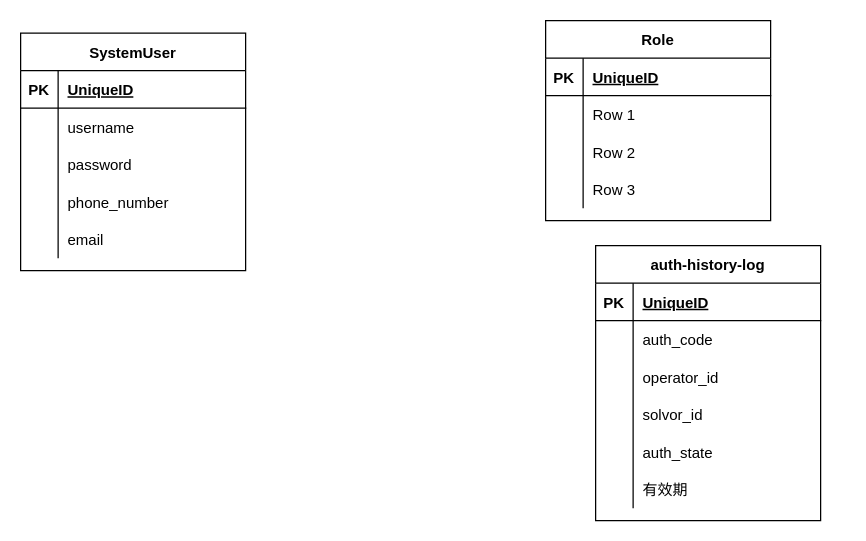
The draw.io diagram page "用户模块" (2 of 6) of pdd-e-r.drawio in gg2herry/drawio, before the edit. Source tidied: cells renumbered, new cells numbered last; positions are measured from the earlier drawing's top-left corner, leaving out a move shared by most shapes. Both pictures are drawn from the tidied source at 125%, with x=0, y=0 at pixel (20, 20).
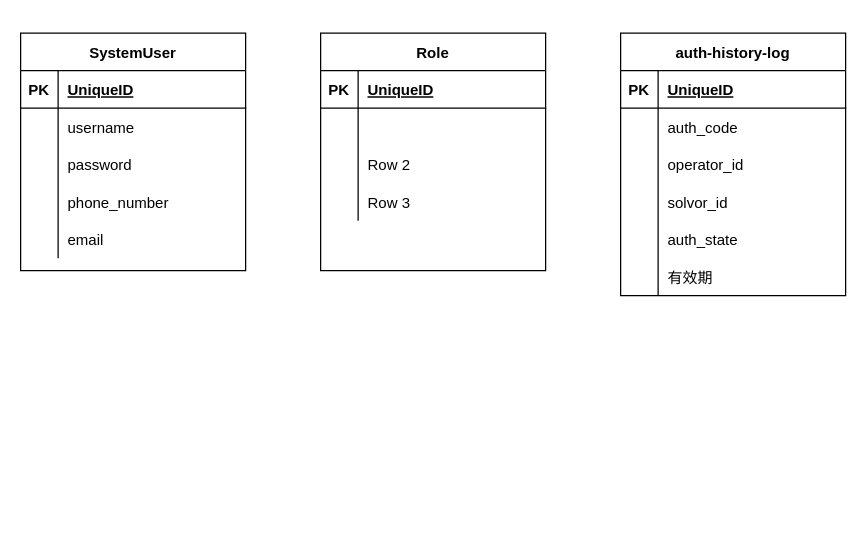
After the change.

The change refers to these unchanged cells:
```xml
<mxCell id="22" style="shape=partialRectangle;fillColor=none;top=0;left=0;bottom=0;right=0;" parent="18" vertex="1">
  <mxGeometry y="60" width="180" height="30" as="geometry" />
</mxCell>
```

The edit, as a diff of the source:
```diff
@@
     <mxCell id="18" value="Role" style="shape=table;startSize=30;childLayout=tableLayout;rowLines=0;fontStyle=1;align=center;" parent="1" vertex="1">
-      <mxGeometry x="420" width="180" height="160" as="geometry" />
+      <mxGeometry x="240" y="10" width="180" height="190" as="geometry" />
     </mxCell>
@@
-    <mxCell id="24" value="Row 1" style="shape=partialRectangle;fillColor=none;top=0;left=0;bottom=0;right=0;align=left;spacingLeft=6;overflow=hidden;" parent="22" vertex="1">
+    <mxCell id="24" style="shape=partialRectangle;fillColor=none;top=0;left=0;bottom=0;right=0;align=left;spacingLeft=6;overflow=hidden;" parent="22" vertex="1">
       <mxGeometry x="30" width="150" height="30" as="geometry" />
     </mxCell>
@@
     <mxCell id="31" value="auth-history-log" style="shape=table;startSize=30;childLayout=tableLayout;rowLines=0;fontStyle=1;align=center;" parent="1" vertex="1">
-      <mxGeometry x="460" y="180" width="180" height="220" as="geometry" />
+      <mxGeometry x="480" y="10" width="180" height="210" as="geometry" />
     </mxCell>
```
